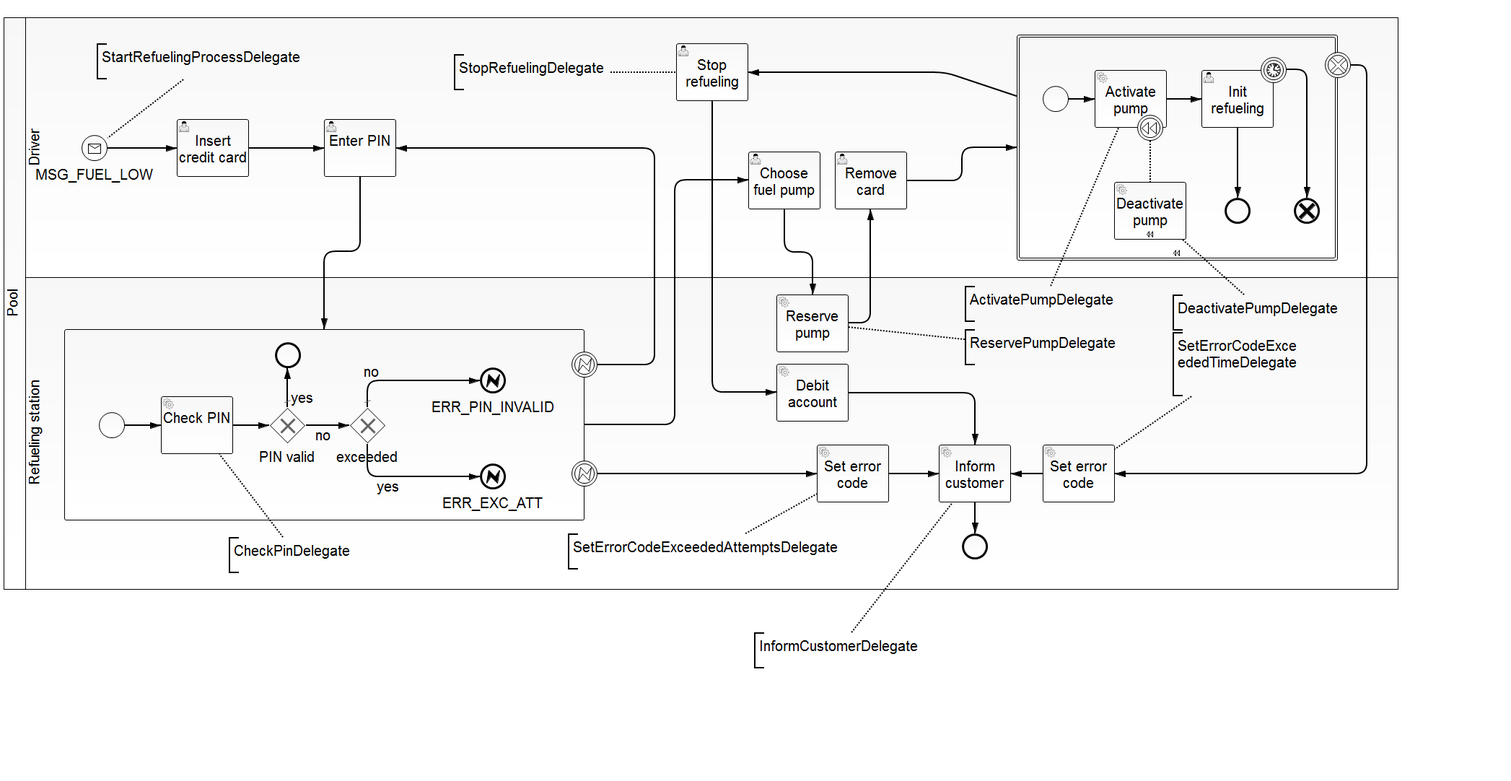
This is bpmn-server/src/main/resources/RefuelNoCollaboration.png from gheddie/bpmn_watcher_all_new, a BPMN export, as it was before one commit. Its source is kept beside it as bpmn-server/src/main/resources/RefuelNoCollaboration.bpmn. Ids are renumbered.
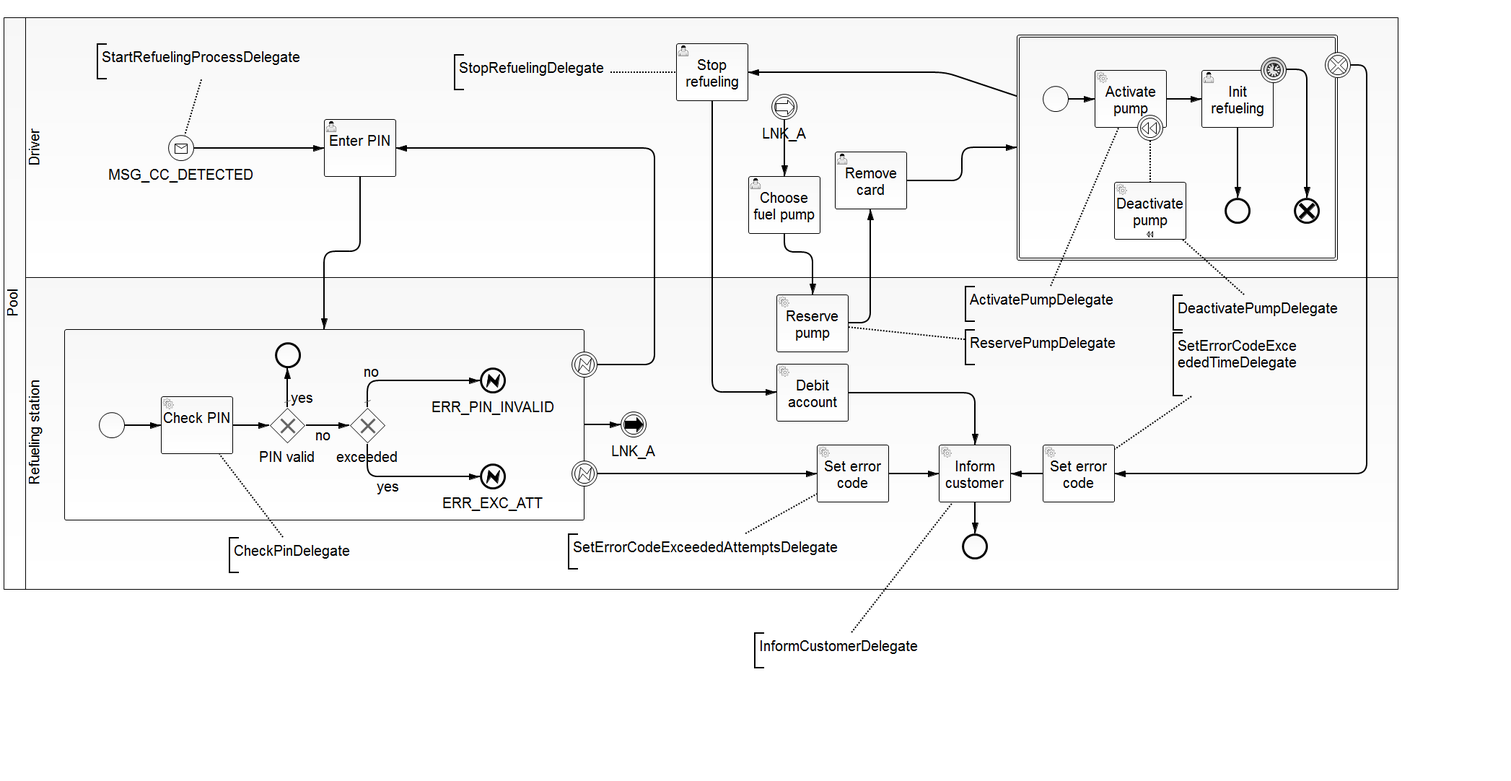
After the change.

What changed in the source:
```diff
@@ -5,14 +5,14 @@
   <bpmn2:process id="RefuelNoCollab" name="RefuelNoCollab" isExecutable="true">
     <bpmn2:laneSet id="LaneSet_1" name="Lane Set 1">
       <bpmn2:lane id="Lane_1" name="Driver">
-        <bpmn2:flowNodeRef>StartEvent_1</bpmn2:flowNodeRef>
-        <bpmn2:flowNodeRef>UserTask_1</bpmn2:flowNodeRef>
         <bpmn2:flowNodeRef>UserTask_2</bpmn2:flowNodeRef>
         <bpmn2:flowNodeRef>BoundaryEvent_5</bpmn2:flowNodeRef>
         <bpmn2:flowNodeRef>Transaction_1</bpmn2:flowNodeRef>
         <bpmn2:flowNodeRef>UserTask_4</bpmn2:flowNodeRef>
-        <bpmn2:flowNodeRef>Task_1</bpmn2:flowNodeRef>
         <bpmn2:flowNodeRef>UserTask_5</bpmn2:flowNodeRef>
+        <bpmn2:flowNodeRef>IntermediateCatchEvent_1</bpmn2:flowNodeRef>
+        <bpmn2:flowNodeRef>ChoosePumpTask</bpmn2:flowNodeRef>
+        <bpmn2:flowNodeRef>StartEvent_1</bpmn2:flowNodeRef>
       </bpmn2:lane>
       <bpmn2:lane id="Lane_2" name="Refueling station">
         <bpmn2:flowNodeRef>SubProcess_1</bpmn2:flowNodeRef>
@@ -24,25 +24,26 @@
         <bpmn2:flowNodeRef>ServiceTask_4</bpmn2:flowNodeRef>
         <bpmn2:flowNodeRef>ServiceTask_5</bpmn2:flowNodeRef>
         <bpmn2:flowNodeRef>ServiceTask_6</bpmn2:flowNodeRef>
+        <bpmn2:flowNodeRef>IntermediateThrowEvent_1</bpmn2:flowNodeRef>
       </bpmn2:lane>
     </bpmn2:laneSet>
     <bpmn2:subProcess id="SubProcess_1">
       <bpmn2:incoming>SequenceFlow_3</bpmn2:incoming>
-      <bpmn2:outgoing>SequenceFlow_7</bpmn2:outgoing>
+      <bpmn2:outgoing>SequenceFlow_11</bpmn2:outgoing>
       <bpmn2:startEvent id="StartEvent_2">
         <bpmn2:outgoing>SequenceFlow_4</bpmn2:outgoing>
       </bpmn2:startEvent>
-      <bpmn2:serviceTask id="ServiceTask_1" camunda:class="de.gravitex.bpmn.server.delegate.refnocollab.CheckPinDelegate" name="Check PIN">
+      <bpmn2:serviceTask id="CheckPinTask" camunda:class="de.gravitex.bpmn.server.delegate.refnocollab.CheckPinDelegate" name="Check PIN">
         <bpmn2:incoming>SequenceFlow_4</bpmn2:incoming>
         <bpmn2:outgoing>SequenceFlow_5</bpmn2:outgoing>
       </bpmn2:serviceTask>
-      <bpmn2:sequenceFlow id="SequenceFlow_4" name="" sourceRef="StartEvent_2" targetRef="ServiceTask_1"/>
+      <bpmn2:sequenceFlow id="SequenceFlow_4" name="" sourceRef="StartEvent_2" targetRef="CheckPinTask"/>
       <bpmn2:exclusiveGateway id="ExclusiveGateway_1" name="PIN valid" default="flowPinValid">
         <bpmn2:incoming>SequenceFlow_5</bpmn2:incoming>
         <bpmn2:outgoing>flowPinValid</bpmn2:outgoing>
         <bpmn2:outgoing>flowPinInvalid</bpmn2:outgoing>
       </bpmn2:exclusiveGateway>
-      <bpmn2:sequenceFlow id="SequenceFlow_5" name="" sourceRef="ServiceTask_1" targetRef="ExclusiveGateway_1"/>
+      <bpmn2:sequenceFlow id="SequenceFlow_5" name="" sourceRef="CheckPinTask" targetRef="ExclusiveGateway_1"/>
       <bpmn2:sequenceFlow id="flowPinValid" name="yes" sourceRef="ExclusiveGateway_1" targetRef="EndEvent_1"/>
       <bpmn2:sequenceFlow id="flowPinInvalid" name="no" sourceRef="ExclusiveGateway_1" targetRef="ExclusiveGateway_2">
         <bpmn2:conditionExpression xsi:type="bpmn2:tFormalExpression">${pinValid==false}</bpmn2:conditionExpression>
@@ -68,7 +69,6 @@
         <bpmn2:errorEventDefinition id="_ErrorEventDefinition_5" errorRef="Error_2"/>
       </bpmn2:endEvent>
     </bpmn2:subProcess>
-    <bpmn2:sequenceFlow id="SequenceFlow_7" name="" sourceRef="SubProcess_1" targetRef="Task_1"/>
     <bpmn2:boundaryEvent id="BoundaryEvent_1" name="" attachedToRef="SubProcess_1">
       <bpmn2:outgoing>SequenceFlow_13</bpmn2:outgoing>
       <bpmn2:errorEventDefinition id="_ErrorEventDefinition_7" errorRef="Error_1"/>
@@ -79,22 +79,9 @@
       <bpmn2:errorEventDefinition id="_ErrorEventDefinition_6" errorRef="Error_2"/>
     </bpmn2:boundaryEvent>
     <bpmn2:sequenceFlow id="SequenceFlow_22" name="" sourceRef="BoundaryEvent_2" targetRef="ServiceTask_6"/>
-    <bpmn2:startEvent id="StartEvent_1" name="MSG_FUEL_LOW">
-      <bpmn2:extensionElements>
-        <camunda:executionListener class="de.gravitex.bpmn.server.delegate.refnocollab.StartRefuelingProcessDelegate" event="start"/>
-      </bpmn2:extensionElements>
-      <bpmn2:outgoing>SequenceFlow_1</bpmn2:outgoing>
-      <bpmn2:messageEventDefinition id="_MessageEventDefinition_13" messageRef="Message_1"/>
-    </bpmn2:startEvent>
-    <bpmn2:sequenceFlow id="SequenceFlow_1" name="" sourceRef="StartEvent_1" targetRef="UserTask_1"/>
-    <bpmn2:userTask id="UserTask_1" camunda:assignee="demo" name="Insert credit card">
-      <bpmn2:incoming>SequenceFlow_1</bpmn2:incoming>
-      <bpmn2:outgoing>SequenceFlow_2</bpmn2:outgoing>
-    </bpmn2:userTask>
-    <bpmn2:sequenceFlow id="SequenceFlow_2" name="" sourceRef="UserTask_1" targetRef="UserTask_2"/>
     <bpmn2:userTask id="UserTask_2" camunda:assignee="demo" name="Enter PIN">
       <bpmn2:incoming>SequenceFlow_13</bpmn2:incoming>
-      <bpmn2:incoming>SequenceFlow_2</bpmn2:incoming>
+      <bpmn2:incoming>SequenceFlow_7</bpmn2:incoming>
       <bpmn2:outgoing>SequenceFlow_3</bpmn2:outgoing>
     </bpmn2:userTask>
     <bpmn2:sequenceFlow id="SequenceFlow_3" name="" sourceRef="UserTask_2" targetRef="SubProcess_1"/>
@@ -103,7 +90,7 @@
       <bpmn2:cancelEventDefinition id="_TimerEventDefinition_3"/>
     </bpmn2:boundaryEvent>
     <bpmn2:sequenceFlow id="SequenceFlow_10" name="" sourceRef="BoundaryEvent_5" targetRef="ServiceTask_5"/>
-    <bpmn2:transaction id="Transaction_1" isForCompensation="true">
+    <bpmn2:transaction id="Transaction_1">
       <bpmn2:incoming>SequenceFlow_16</bpmn2:incoming>
       <bpmn2:outgoing>SequenceFlow_25</bpmn2:outgoing>
       <bpmn2:startEvent id="StartEvent_3">
@@ -144,11 +131,6 @@
       <bpmn2:outgoing>SequenceFlow_16</bpmn2:outgoing>
     </bpmn2:userTask>
     <bpmn2:sequenceFlow id="SequenceFlow_16" name="" sourceRef="UserTask_4" targetRef="Transaction_1"/>
-    <bpmn2:userTask id="Task_1" camunda:assignee="demo" name="Choose fuel pump">
-      <bpmn2:incoming>SequenceFlow_7</bpmn2:incoming>
-      <bpmn2:outgoing>SequenceFlow_14</bpmn2:outgoing>
-    </bpmn2:userTask>
-    <bpmn2:sequenceFlow id="SequenceFlow_14" name="" sourceRef="Task_1" targetRef="ServiceTask_3"/>
     <bpmn2:serviceTask id="ServiceTask_2" camunda:class="de.gravitex.bpmn.server.delegate.refnocollab.InformCustomerDelegate" name="Inform customer">
       <bpmn2:incoming>SequenceFlow_24</bpmn2:incoming>
       <bpmn2:incoming>SequenceFlow_8</bpmn2:incoming>
@@ -188,10 +170,33 @@
       <bpmn2:outgoing>SequenceFlow_9</bpmn2:outgoing>
     </bpmn2:serviceTask>
     <bpmn2:sequenceFlow id="SequenceFlow_9" name="" sourceRef="ServiceTask_6" targetRef="ServiceTask_2"/>
+    <bpmn2:intermediateThrowEvent id="IntermediateThrowEvent_1" name="LNK_A">
+      <bpmn2:incoming>SequenceFlow_11</bpmn2:incoming>
+      <bpmn2:linkEventDefinition id="_LinkEventDefinition_4" name="LNK_A"/>
+    </bpmn2:intermediateThrowEvent>
+    <bpmn2:sequenceFlow id="SequenceFlow_11" name="" sourceRef="SubProcess_1" targetRef="IntermediateThrowEvent_1"/>
+    <bpmn2:intermediateCatchEvent id="IntermediateCatchEvent_1" name="LNK_A">
+      <bpmn2:outgoing>SequenceFlow_20</bpmn2:outgoing>
+      <bpmn2:linkEventDefinition id="_LinkEventDefinition_5" name="LNK_A"/>
+    </bpmn2:intermediateCatchEvent>
+    <bpmn2:sequenceFlow id="SequenceFlow_20" name="" sourceRef="IntermediateCatchEvent_1" targetRef="ChoosePumpTask"/>
+    <bpmn2:userTask id="ChoosePumpTask" camunda:assignee="demo" name="Choose fuel pump">
+      <bpmn2:incoming>SequenceFlow_20</bpmn2:incoming>
+      <bpmn2:outgoing>SequenceFlow_14</bpmn2:outgoing>
+    </bpmn2:userTask>
+    <bpmn2:sequenceFlow id="SequenceFlow_14" name="" sourceRef="ChoosePumpTask" targetRef="ServiceTask_3"/>
+    <bpmn2:startEvent id="StartEvent_1" name="MSG_CC_DETECTED">
+      <bpmn2:extensionElements>
+        <camunda:executionListener class="de.gravitex.bpmn.server.delegate.refnocollab.StartRefuelingProcessDelegate" event="start"/>
+      </bpmn2:extensionElements>
+      <bpmn2:outgoing>SequenceFlow_7</bpmn2:outgoing>
+      <bpmn2:messageEventDefinition id="_MessageEventDefinition_13" messageRef="Message_2"/>
+    </bpmn2:startEvent>
+    <bpmn2:sequenceFlow id="SequenceFlow_7" name="" sourceRef="StartEvent_1" targetRef="UserTask_2"/>
     <bpmn2:textAnnotation id="TextAnnotation_1">
       <bpmn2:text>CheckPinDelegate</bpmn2:text>
     </bpmn2:textAnnotation>
-    <bpmn2:association id="Association_3" sourceRef="TextAnnotation_1" targetRef="ServiceTask_1"/>
+    <bpmn2:association id="Association_3" sourceRef="TextAnnotation_1" targetRef="CheckPinTask"/>
     <bpmn2:textAnnotation id="TextAnnotation_2">
       <bpmn2:text>InformCustomerDelegate</bpmn2:text>
     </bpmn2:textAnnotation>
@@ -226,9 +231,9 @@
     </bpmn2:textAnnotation>
     <bpmn2:association id="Association_10" sourceRef="TextAnnotation_9" targetRef="ServiceTask_3"/>
   </bpmn2:process>
-  <bpmn2:message id="Message_1" name="MSG_FUEL_LOW"/>
   <bpmn2:error id="Error_1" errorCode="ERR_PIN_INVALID"/>
   <bpmn2:error id="Error_2" errorCode="ERR_EXC_ATT"/>
+  <bpmn2:message id="Message_2" name="MSG_CC_DETECTED"/>
   <bpmndi:BPMNDiagram id="BPMNDiagram_1">
     <bpmndi:BPMNPlane id="BPMNPlane_1" bpmnElement="_Collaboration_6">
       <bpmndi:BPMNShape id="_BPMNShape_Participant_12" bpmnElement="_Participant_6" isHorizontal="true">
@@ -241,31 +246,14 @@
         <dc:Bounds height="433.0" width="1903.0" x="30.0" y="384.0"/>
       </bpmndi:BPMNShape>
       <bpmndi:BPMNShape id="_BPMNShape_StartEvent_9" bpmnElement="StartEvent_1">
-        <dc:Bounds height="36.0" width="36.0" x="108.0" y="187.0"/>
+        <dc:Bounds height="36.0" width="36.0" x="228.0" y="187.0"/>
         <bpmndi:BPMNLabel>
-          <dc:Bounds height="29.0" width="169.0" x="42.0" y="228.0"/>
+          <dc:Bounds height="29.0" width="207.0" x="143.0" y="228.0"/>
         </bpmndi:BPMNLabel>
       </bpmndi:BPMNShape>
-      <bpmndi:BPMNShape id="_BPMNShape_UserTask_10" bpmnElement="UserTask_1">
-        <dc:Bounds height="80.0" width="100.0" x="240.0" y="165.0"/>
-      </bpmndi:BPMNShape>
-      <bpmndi:BPMNEdge id="BPMNEdge_SequenceFlow_1" bpmnElement="SequenceFlow_1" sourceElement="_BPMNShape_StartEvent_9" targetElement="_BPMNShape_UserTask_10">
-        <di:waypoint xsi:type="dc:Point" x="144.0" y="205.0"/>
-        <di:waypoint xsi:type="dc:Point" x="240.0" y="205.0"/>
-        <bpmndi:BPMNLabel>
-          <dc:Bounds height="6.0" width="6.0" x="166.0" y="205.0"/>
-        </bpmndi:BPMNLabel>
-      </bpmndi:BPMNEdge>
       <bpmndi:BPMNShape id="_BPMNShape_UserTask_11" bpmnElement="UserTask_2">
         <dc:Bounds height="80.0" width="100.0" x="444.0" y="165.0"/>
       </bpmndi:BPMNShape>
-      <bpmndi:BPMNEdge id="BPMNEdge_SequenceFlow_2" bpmnElement="SequenceFlow_2" sourceElement="_BPMNShape_UserTask_10" targetElement="_BPMNShape_UserTask_11">
-        <di:waypoint xsi:type="dc:Point" x="340.0" y="205.0"/>
-        <di:waypoint xsi:type="dc:Point" x="444.0" y="205.0"/>
-        <bpmndi:BPMNLabel>
-          <dc:Bounds height="6.0" width="6.0" x="362.0" y="205.0"/>
-        </bpmndi:BPMNLabel>
-      </bpmndi:BPMNEdge>
       <bpmndi:BPMNShape id="_BPMNShape_SubProcess_4" bpmnElement="SubProcess_1" isExpanded="true">
         <dc:Bounds height="265.0" width="721.0" x="84.0" y="456.0"/>
       </bpmndi:BPMNShape>
@@ -284,7 +272,7 @@
           <dc:Bounds height="0.0" width="0.0" x="150.0" y="612.0"/>
         </bpmndi:BPMNLabel>
       </bpmndi:BPMNShape>
-      <bpmndi:BPMNShape id="_BPMNShape_ServiceTask_7" bpmnElement="ServiceTask_1">
+      <bpmndi:BPMNShape id="_BPMNShape_ServiceTask_7" bpmnElement="CheckPinTask">
         <dc:Bounds height="80.0" width="100.0" x="218.0" y="549.0"/>
       </bpmndi:BPMNShape>
       <bpmndi:BPMNEdge id="BPMNEdge_SequenceFlow_4" bpmnElement="SequenceFlow_4" sourceElement="_BPMNShape_StartEvent_10" targetElement="_BPMNShape_ServiceTask_7">
@@ -415,15 +403,6 @@
         <di:waypoint xsi:type="dc:Point" x="1175.0" y="876.0"/>
         <di:waypoint xsi:type="dc:Point" x="1315.0" y="696.0"/>
       </bpmndi:BPMNEdge>
-      <bpmndi:BPMNEdge id="BPMNEdge_SequenceFlow_15" bpmnElement="SequenceFlow_7" sourceElement="_BPMNShape_SubProcess_4" targetElement="_BPMNShape_Task_3">
-        <di:waypoint xsi:type="dc:Point" x="804.0" y="588.0"/>
-        <di:waypoint xsi:type="dc:Point" x="930.0" y="588.0"/>
-        <di:waypoint xsi:type="dc:Point" x="930.0" y="249.0"/>
-        <di:waypoint xsi:type="dc:Point" x="1032.0" y="250.0"/>
-        <bpmndi:BPMNLabel>
-          <dc:Bounds height="6.0" width="6.0" x="927.0" y="405.0"/>
-        </bpmndi:BPMNLabel>
-      </bpmndi:BPMNEdge>
       <bpmndi:BPMNShape id="_BPMNShape_StartEvent_11" bpmnElement="StartEvent_3">
         <dc:Bounds height="36.0" width="36.0" x="1440.0" y="119.0"/>
         <bpmndi:BPMNLabel>
@@ -446,19 +425,19 @@
           <dc:Bounds height="6.0" width="6.0" x="1886.0" y="448.0"/>
         </bpmndi:BPMNLabel>
       </bpmndi:BPMNEdge>
-      <bpmndi:BPMNShape id="_BPMNShape_Task_3" bpmnElement="Task_1">
-        <dc:Bounds height="80.0" width="100.0" x="1032.0" y="210.0"/>
+      <bpmndi:BPMNShape id="_BPMNShape_Task_3" bpmnElement="ChoosePumpTask">
+        <dc:Bounds height="80.0" width="100.0" x="1032.0" y="244.0"/>
       </bpmndi:BPMNShape>
       <bpmndi:BPMNShape id="_BPMNShape_ServiceTask_13" bpmnElement="ServiceTask_3">
         <dc:Bounds height="80.0" width="100.0" x="1071.0" y="408.0"/>
       </bpmndi:BPMNShape>
       <bpmndi:BPMNEdge id="BPMNEdge_SequenceFlow_14" bpmnElement="SequenceFlow_14" sourceElement="_BPMNShape_Task_3" targetElement="_BPMNShape_ServiceTask_13">
-        <di:waypoint xsi:type="dc:Point" x="1082.0" y="290.0"/>
+        <di:waypoint xsi:type="dc:Point" x="1082.0" y="324.0"/>
         <di:waypoint xsi:type="dc:Point" x="1082.0" y="349.0"/>
         <di:waypoint xsi:type="dc:Point" x="1121.0" y="349.0"/>
         <di:waypoint xsi:type="dc:Point" x="1121.0" y="408.0"/>
         <bpmndi:BPMNLabel>
-          <dc:Bounds height="6.0" width="6.0" x="1087.0" y="349.0"/>
+          <dc:Bounds height="6.0" width="6.0" x="1118.0" y="352.0"/>
         </bpmndi:BPMNLabel>
       </bpmndi:BPMNEdge>
       <bpmndi:BPMNShape id="_BPMNShape_UserTask_16" bpmnElement="UserTask_4">
@@ -620,8 +599,8 @@
         <dc:Bounds height="50.0" width="304.0" x="129.0" y="60.0"/>
       </bpmndi:BPMNShape>
       <bpmndi:BPMNEdge id="BPMNEdge_Association_9" bpmnElement="Association_9" sourceElement="_BPMNShape_TextAnnotation_15" targetElement="_BPMNShape_StartEvent_9">
-        <di:waypoint xsi:type="dc:Point" x="249.0" y="110.0"/>
-        <di:waypoint xsi:type="dc:Point" x="144.0" y="191.0"/>
+        <di:waypoint xsi:type="dc:Point" x="274.0" y="110.0"/>
+        <di:waypoint xsi:type="dc:Point" x="251.0" y="187.0"/>
       </bpmndi:BPMNEdge>
       <bpmndi:BPMNShape id="_BPMNShape_TextAnnotation_16" bpmnElement="TextAnnotation_9">
         <dc:Bounds height="50.0" width="230.0" x="1332.0" y="456.0"/>
@@ -649,6 +628,30 @@
         <di:waypoint xsi:type="dc:Point" x="1227.0" y="656.0"/>
         <di:waypoint xsi:type="dc:Point" x="1296.0" y="656.0"/>
       </bpmndi:BPMNEdge>
+      <bpmndi:BPMNShape id="_BPMNShape_IntermediateThrowEvent_3" bpmnElement="IntermediateThrowEvent_1">
+        <dc:Bounds height="36.0" width="36.0" x="855.0" y="570.0"/>
+      </bpmndi:BPMNShape>
+      <bpmndi:BPMNEdge id="BPMNEdge_SequenceFlow_17" bpmnElement="SequenceFlow_11" sourceElement="_BPMNShape_SubProcess_4" targetElement="_BPMNShape_IntermediateThrowEvent_3">
+        <di:waypoint xsi:type="dc:Point" x="804.0" y="588.0"/>
+        <di:waypoint xsi:type="dc:Point" x="855.0" y="588.0"/>
+      </bpmndi:BPMNEdge>
+      <bpmndi:BPMNShape id="_BPMNShape_IntermediateCatchEvent_3" bpmnElement="IntermediateCatchEvent_1">
+        <dc:Bounds height="36.0" width="36.0" x="1064.0" y="130.0"/>
+        <bpmndi:BPMNLabel>
+          <dc:Bounds height="0.0" width="0.0" x="1082.0" y="171.0"/>
+        </bpmndi:BPMNLabel>
+      </bpmndi:BPMNShape>
+      <bpmndi:BPMNEdge id="BPMNEdge_SequenceFlow_24" bpmnElement="SequenceFlow_20" sourceElement="_BPMNShape_IntermediateCatchEvent_3" targetElement="_BPMNShape_Task_3">
+        <di:waypoint xsi:type="dc:Point" x="1082.0" y="166.0"/>
+        <di:waypoint xsi:type="dc:Point" x="1082.0" y="244.0"/>
+        <bpmndi:BPMNLabel>
+          <dc:Bounds height="6.0" width="6.0" x="1079.0" y="188.0"/>
+        </bpmndi:BPMNLabel>
+      </bpmndi:BPMNEdge>
+      <bpmndi:BPMNEdge id="BPMNEdge_SequenceFlow_15" bpmnElement="SequenceFlow_7" sourceElement="_BPMNShape_StartEvent_9" targetElement="_BPMNShape_UserTask_11">
+        <di:waypoint xsi:type="dc:Point" x="264.0" y="205.0"/>
+        <di:waypoint xsi:type="dc:Point" x="444.0" y="205.0"/>
+      </bpmndi:BPMNEdge>
     </bpmndi:BPMNPlane>
   </bpmndi:BPMNDiagram>
 </bpmn2:definitions>
```
